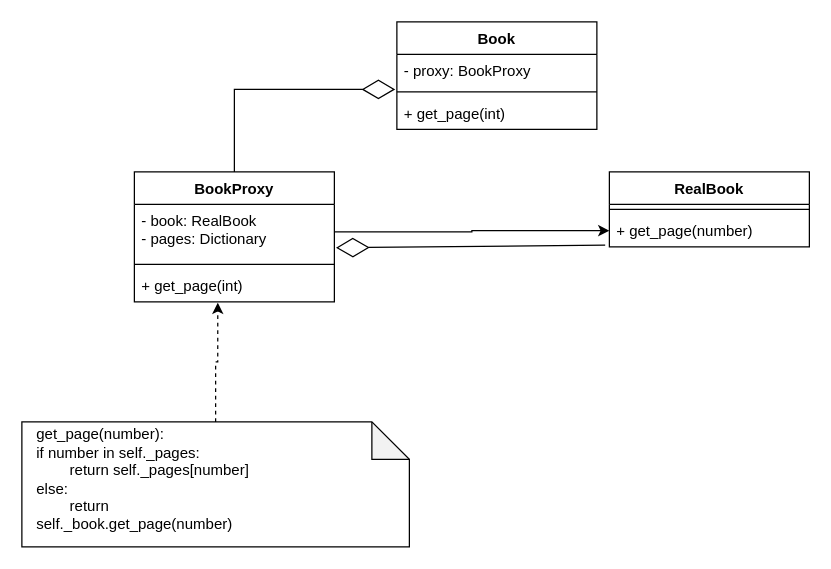
ElenaShargina/patterns keeps this draw.io diagram as img/proxy.drawio. Above is the earlier version. Source tidied: cells renumbered, new cells numbered last; positions are measured from the earlier drawing's top-left corner, leaving out a move shared by most shapes. Both pictures are drawn from the tidied source at 125%, with x=0, y=0 at pixel (21, 21).
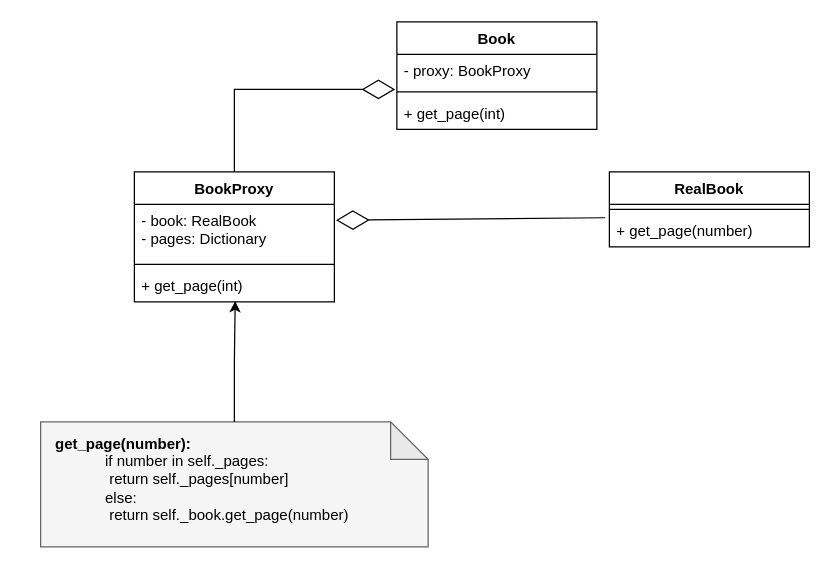
Above is the later version.

Unchanged cells that the change refers to:
```xml
<mxCell id="7" value="- book: RealBook&#10;- pages: Dictionary" style="text;strokeColor=none;fillColor=none;align=left;verticalAlign=top;spacingLeft=4;spacingRight=4;overflow=hidden;points=[[0,0.5],[1,0.5]];portConstraint=eastwest;" parent="6" vertex="1">
  <mxGeometry y="26" width="160" height="44" as="geometry" />
</mxCell>
<mxCell id="9" value="+ get_page(int)" style="text;strokeColor=none;fillColor=none;align=left;verticalAlign=top;spacingLeft=4;spacingRight=4;overflow=hidden;points=[[0,0.5],[1,0.5]];portConstraint=eastwest;" parent="6" vertex="1">
  <mxGeometry y="78" width="160" height="26" as="geometry" />
</mxCell>
<mxCell id="12" value="+ get_page(number)" style="text;strokeColor=none;fillColor=none;align=left;verticalAlign=top;spacingLeft=4;spacingRight=4;overflow=hidden;points=[[0,0.5],[1,0.5]];portConstraint=eastwest;" parent="10" vertex="1">
  <mxGeometry y="34" width="160" height="26" as="geometry" />
</mxCell>
```

Change to the diagram source:
```diff
@@
-    <mxCell id="13" style="edgeStyle=orthogonalEdgeStyle;rounded=0;jettySize=auto;html=1;entryX=0;entryY=0.5;entryDx=0;entryDy=0;" parent="1" edge="1" source="7" target="12">
-      <mxGeometry relative="1" as="geometry" />
-    </mxCell>
@@
-    <mxCell id="15" style="endArrow=diamondThin;endFill=0;endSize=24;html=1;rounded=0;entryX=1.008;entryY=0.788;entryDx=0;entryDy=0;entryPerimeter=0;exitX=-0.021;exitY=0.949;exitDx=0;exitDy=0;exitPerimeter=0;" parent="1" edge="1" source="12" target="7">
-      <mxGeometry relative="1" as="geometry" />
+    <mxCell id="15" style="endArrow=diamondThin;endFill=0;endSize=24;html=1;rounded=0;entryX=1.008;entryY=0.788;entryDx=0;entryDy=0;entryPerimeter=0;exitX=-0.021;exitY=0.949;exitDx=0;exitDy=0;exitPerimeter=0;" parent="1" edge="1">
+      <mxGeometry relative="1" as="geometry">
+        <mxPoint x="466.6" y="156.7" as="sourcePoint" />
+        <mxPoint x="251.3" y="158.7" as="targetPoint" />
+      </mxGeometry>
     </mxCell>
     <mxCell id="16" style="group;" parent="1" vertex="1">
-      <mxGeometry y="320" width="310" height="100" as="geometry" />
+      <mxGeometry x="15" y="320" width="310" height="100" as="geometry" />
     </mxCell>
-    <mxCell id="17" style="shape=note;whiteSpace=wrap;html=1;backgroundOutline=1;darkOpacity=0.05;" parent="16" vertex="1">
+    <mxCell id="17" style="shape=note;whiteSpace=wrap;html=1;backgroundOutline=1;darkOpacity=0.05;fillColor=#f5f5f5;fontColor=#333333;strokeColor=#666666;" parent="16" vertex="1">
       <mxGeometry width="310" height="100" as="geometry" />
     </mxCell>
-    <mxCell id="18" value="get_page(number):&lt;br&gt;if number in self._pages:&lt;br&gt;&lt;span style=&quot;white-space: pre;&quot;&gt;&#9;&lt;/span&gt;return self._pages[number]&lt;br&gt;else:&lt;br&gt;&lt;span style=&quot;white-space: pre;&quot;&gt;&#9;&lt;/span&gt;return self._book.get_page(number)" style="text;html=1;strokeColor=none;fillColor=none;align=left;verticalAlign=middle;whiteSpace=wrap;rounded=0;" parent="16" vertex="1">
-      <mxGeometry x="10" y="10" width="180" height="72" as="geometry" />
+    <mxCell id="18" value="&lt;b&gt;get_page(number):&lt;br&gt;&lt;/b&gt;&lt;blockquote style=&quot;margin: 0 0 0 40px; border: none; padding: 0px;&quot;&gt;if number in self._pages:&lt;br&gt;&lt;span style=&quot;white-space: pre;&quot;&gt; &lt;/span&gt;return self._pages[number]&lt;br&gt;else:&lt;br&gt;&lt;span style=&quot;white-space: pre;&quot;&gt; &lt;/span&gt;return self._book.get_page(number)&lt;/blockquote&gt;" style="text;html=1;strokeColor=none;fillColor=none;align=left;verticalAlign=middle;whiteSpace=wrap;rounded=0;" parent="16" vertex="1">
+      <mxGeometry x="10" y="10" width="270" height="72" as="geometry" />
     </mxCell>
-    <mxCell id="19" style="edgeStyle=orthogonalEdgeStyle;rounded=0;jettySize=auto;html=1;entryX=0.417;entryY=1.026;entryDx=0;entryDy=0;entryPerimeter=0;dashed=1;" parent="1" edge="1" source="17" target="9">
+    <mxCell id="19" style="edgeStyle=orthogonalEdgeStyle;shape=connector;rounded=0;jettySize=auto;html=1;entryX=0.504;entryY=0.974;entryDx=0;entryDy=0;entryPerimeter=0;labelBackgroundColor=default;strokeColor=default;fontFamily=Helvetica;fontSize=11;fontColor=default;endArrow=classic;" parent="1" edge="1" source="17" target="9">
       <mxGeometry relative="1" as="geometry" />
     </mxCell>
```
